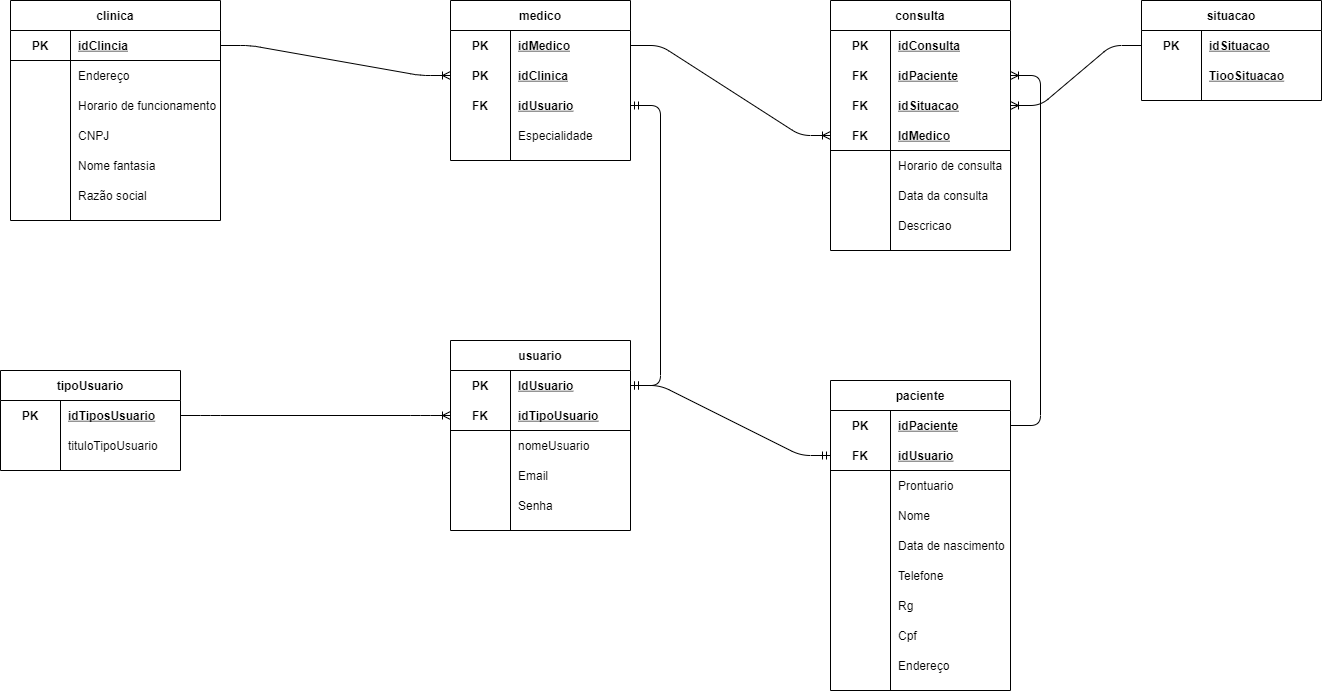
This is Logico.png from derlisgeorges/Projeto-SP-MedGroup, a draw.io export, as it was before one commit. Source tidied: cells renumbered, new cells last; positions are measured from the earlier drawing's top-left corner, leaving out a move shared by most shapes.
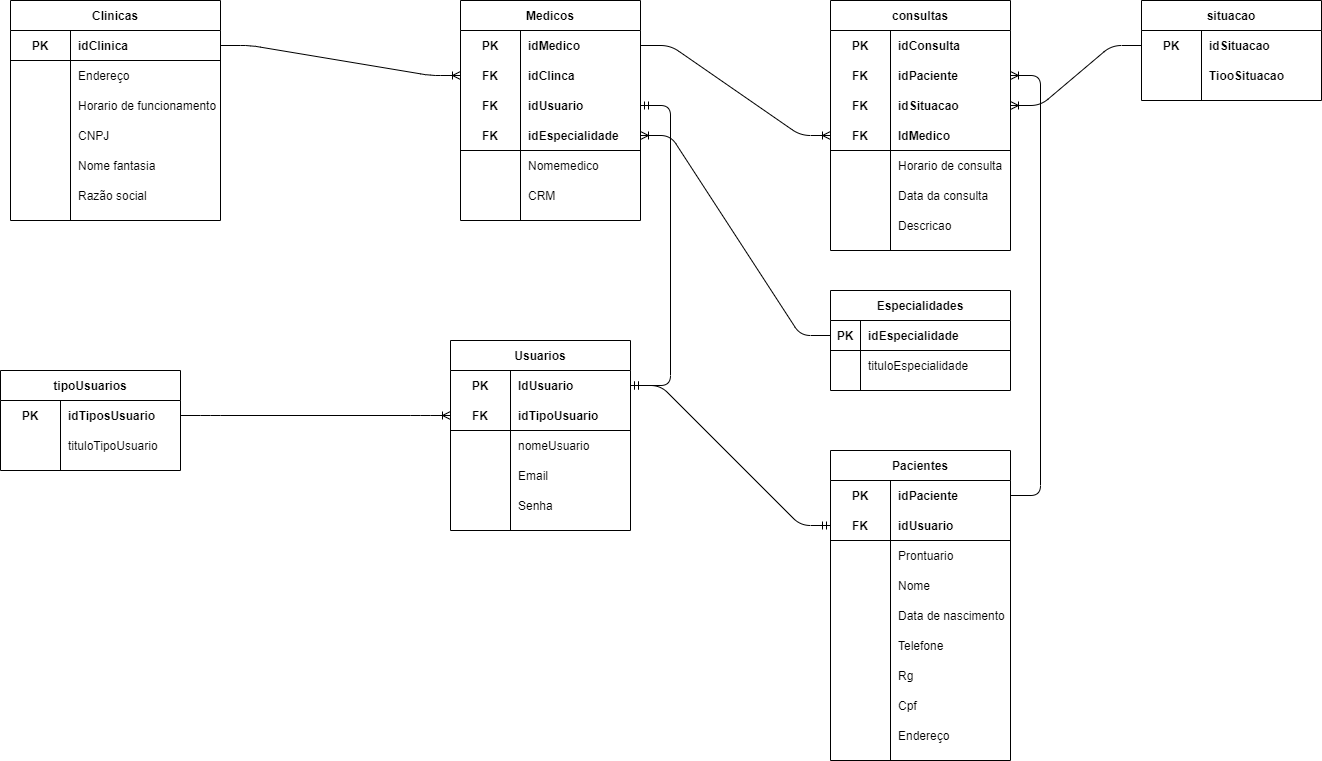
The same diagram one commit later.

Change to the diagram source:
```diff
@@ -4,3 +4,3 @@
     <mxCell id="1" parent="0" />
-    <mxCell id="2" value="clinica" style="shape=table;startSize=30;rowLines=0;fontStyle=1;align=center;" parent="1" vertex="1">
+    <mxCell id="2" value="Clinicas" style="shape=table;startSize=30;rowLines=0;fontStyle=1;align=center;" parent="1" vertex="1">
       <mxGeometry x="10" width="210" height="220" as="geometry" />
@@ -13,3 +13,3 @@
     </mxCell>
-    <mxCell id="5" value="idClincia" style="shape=partialRectangle;fillColor=none;top=0;left=0;bottom=0;right=0;align=left;spacingLeft=6;fontStyle=5;overflow=hidden;" parent="3" vertex="1">
+    <mxCell id="5" value="idClinica" style="shape=partialRectangle;fillColor=none;top=0;left=0;bottom=0;right=0;align=left;spacingLeft=6;fontStyle=1;overflow=hidden;" parent="3" vertex="1">
       <mxGeometry x="60" width="150" height="30" as="geometry" />
@@ -61,42 +61,3 @@
     </mxCell>
-    <mxCell id="21" value="medico" style="shape=table;startSize=30;rowLines=0;fontStyle=1;align=center;" parent="1" vertex="1">
-      <mxGeometry x="450" width="180" height="160" as="geometry" />
-    </mxCell>
-    <mxCell id="22" style="shape=partialRectangle;fillColor=none;top=0;left=0;bottom=0;right=0;points=[[0,0.5],[1,0.5]];portConstraint=eastwest;" parent="21" vertex="1">
-      <mxGeometry y="30" width="180" height="30" as="geometry" />
-    </mxCell>
-    <mxCell id="23" value="PK" style="shape=partialRectangle;fillColor=none;top=0;left=0;bottom=0;right=0;fontStyle=1;overflow=hidden;" parent="22" vertex="1">
-      <mxGeometry width="60" height="30" as="geometry" />
-    </mxCell>
-    <mxCell id="24" value="idMedico" style="shape=partialRectangle;fillColor=none;top=0;left=0;bottom=0;right=0;align=left;spacingLeft=6;fontStyle=5;overflow=hidden;" parent="22" vertex="1">
-      <mxGeometry x="60" width="120" height="30" as="geometry" />
-    </mxCell>
-    <mxCell id="25" style="shape=partialRectangle;fillColor=none;top=0;left=0;bottom=0;right=0;points=[[0,0.5],[1,0.5]];portConstraint=eastwest;" parent="21" vertex="1">
-      <mxGeometry y="60" width="180" height="30" as="geometry" />
-    </mxCell>
-    <mxCell id="26" value="PK" style="shape=partialRectangle;fillColor=none;top=0;left=0;bottom=0;right=0;fontStyle=1;overflow=hidden;" parent="25" vertex="1">
-      <mxGeometry width="60" height="30" as="geometry" />
-    </mxCell>
-    <mxCell id="27" value="idClinica" style="shape=partialRectangle;fillColor=none;top=0;left=0;bottom=0;right=0;align=left;spacingLeft=6;fontStyle=5;overflow=hidden;" parent="25" vertex="1">
-      <mxGeometry x="60" width="120" height="30" as="geometry" />
-    </mxCell>
-    <mxCell id="28" style="shape=partialRectangle;fillColor=none;top=0;left=0;bottom=0;right=0;points=[[0,0.5],[1,0.5]];portConstraint=eastwest;" parent="21" vertex="1">
-      <mxGeometry y="90" width="180" height="30" as="geometry" />
-    </mxCell>
-    <mxCell id="29" value="FK" style="shape=partialRectangle;fillColor=none;top=0;left=0;bottom=0;right=0;fontStyle=1;overflow=hidden;" parent="28" vertex="1">
-      <mxGeometry width="60" height="30" as="geometry" />
-    </mxCell>
-    <mxCell id="30" value="idUsuario" style="shape=partialRectangle;fillColor=none;top=0;left=0;bottom=0;right=0;align=left;spacingLeft=6;fontStyle=5;overflow=hidden;" parent="28" vertex="1">
-      <mxGeometry x="60" width="120" height="30" as="geometry" />
-    </mxCell>
-    <mxCell id="31" style="shape=partialRectangle;fillColor=none;top=0;left=0;bottom=0;right=0;" parent="21" vertex="1">
-      <mxGeometry y="120" width="180" height="30" as="geometry" />
-    </mxCell>
-    <mxCell id="32" style="shape=partialRectangle;fillColor=none;top=0;left=0;bottom=0;right=0;overflow=hidden;" parent="31" vertex="1">
-      <mxGeometry width="60" height="30" as="geometry" />
-    </mxCell>
-    <mxCell id="33" value="Especialidade " style="shape=partialRectangle;fillColor=none;top=0;left=0;bottom=0;right=0;align=left;spacingLeft=6;overflow=hidden;" parent="31" vertex="1">
-      <mxGeometry x="60" width="120" height="30" as="geometry" />
-    </mxCell>
-    <mxCell id="34" value="consulta" style="shape=table;startSize=30;rowLines=0;fontStyle=1;align=center;" parent="1" vertex="1">
+    <mxCell id="34" value="consultas" style="shape=table;startSize=30;rowLines=0;fontStyle=1;align=center;" parent="1" vertex="1">
       <mxGeometry x="830" width="180" height="250" as="geometry" />
@@ -109,3 +70,3 @@
     </mxCell>
-    <mxCell id="37" value="idConsulta" style="shape=partialRectangle;fillColor=none;top=0;left=0;bottom=0;right=0;align=left;spacingLeft=6;fontStyle=5;overflow=hidden;" parent="35" vertex="1">
+    <mxCell id="37" value="idConsulta" style="shape=partialRectangle;fillColor=none;top=0;left=0;bottom=0;right=0;align=left;spacingLeft=6;fontStyle=1;overflow=hidden;" parent="35" vertex="1">
       <mxGeometry x="60" width="120" height="30" as="geometry" />
@@ -118,3 +79,3 @@
     </mxCell>
-    <mxCell id="40" value="idPaciente" style="shape=partialRectangle;fillColor=none;top=0;left=0;bottom=0;right=0;align=left;spacingLeft=6;fontStyle=5;overflow=hidden;" parent="38" vertex="1">
+    <mxCell id="40" value="idPaciente" style="shape=partialRectangle;fillColor=none;top=0;left=0;bottom=0;right=0;align=left;spacingLeft=6;fontStyle=1;overflow=hidden;" parent="38" vertex="1">
       <mxGeometry x="60" width="120" height="30" as="geometry" />
@@ -127,3 +88,3 @@
     </mxCell>
-    <mxCell id="43" value="idSituacao" style="shape=partialRectangle;fillColor=none;top=0;left=0;bottom=0;right=0;align=left;spacingLeft=6;fontStyle=5;overflow=hidden;" parent="41" vertex="1">
+    <mxCell id="43" value="idSituacao" style="shape=partialRectangle;fillColor=none;top=0;left=0;bottom=0;right=0;align=left;spacingLeft=6;fontStyle=1;overflow=hidden;" parent="41" vertex="1">
       <mxGeometry x="60" width="120" height="30" as="geometry" />
@@ -136,3 +97,3 @@
     </mxCell>
-    <mxCell id="46" value="IdMedico" style="shape=partialRectangle;fillColor=none;top=0;left=0;bottom=0;right=0;align=left;spacingLeft=6;fontStyle=5;overflow=hidden;" parent="44" vertex="1">
+    <mxCell id="46" value="IdMedico" style="shape=partialRectangle;fillColor=none;top=0;left=0;bottom=0;right=0;align=left;spacingLeft=6;fontStyle=1;overflow=hidden;" parent="44" vertex="1">
       <mxGeometry x="60" width="120" height="30" as="geometry" />
@@ -166,3 +127,3 @@
     </mxCell>
-    <mxCell id="56" value="tipoUsuario" style="shape=table;startSize=30;rowLines=0;fontStyle=1;align=center;" parent="1" vertex="1">
+    <mxCell id="56" value="tipoUsuarios" style="shape=table;startSize=30;rowLines=0;fontStyle=1;align=center;" parent="1" vertex="1">
       <mxGeometry y="370" width="180" height="100" as="geometry" />
@@ -175,3 +136,3 @@
     </mxCell>
-    <mxCell id="59" value="idTiposUsuario" style="shape=partialRectangle;fillColor=none;top=0;left=0;bottom=0;right=0;align=left;spacingLeft=6;fontStyle=5;overflow=hidden;" parent="57" vertex="1">
+    <mxCell id="59" value="idTiposUsuario" style="shape=partialRectangle;fillColor=none;top=0;left=0;bottom=0;right=0;align=left;spacingLeft=6;fontStyle=1;overflow=hidden;" parent="57" vertex="1">
       <mxGeometry x="60" width="120" height="30" as="geometry" />
@@ -187,3 +148,3 @@
     </mxCell>
-    <mxCell id="63" value="usuario" style="shape=table;startSize=30;rowLines=0;fontStyle=1;align=center;" parent="1" vertex="1">
+    <mxCell id="63" value="Usuarios" style="shape=table;startSize=30;rowLines=0;fontStyle=1;align=center;" parent="1" vertex="1">
       <mxGeometry x="450" y="340" width="180" height="190" as="geometry" />
@@ -196,3 +157,3 @@
     </mxCell>
-    <mxCell id="66" value="IdUsuario" style="shape=partialRectangle;fillColor=none;top=0;left=0;bottom=0;right=0;align=left;spacingLeft=6;fontStyle=5;overflow=hidden;" parent="64" vertex="1">
+    <mxCell id="66" value="IdUsuario" style="shape=partialRectangle;fillColor=none;top=0;left=0;bottom=0;right=0;align=left;spacingLeft=6;fontStyle=1;overflow=hidden;" parent="64" vertex="1">
       <mxGeometry x="60" width="120" height="30" as="geometry" />
@@ -205,3 +166,3 @@
     </mxCell>
-    <mxCell id="69" value="idTipoUsuario" style="shape=partialRectangle;fillColor=none;top=0;left=0;bottom=0;right=0;align=left;spacingLeft=6;fontStyle=5;overflow=hidden;" parent="67" vertex="1">
+    <mxCell id="69" value="idTipoUsuario" style="shape=partialRectangle;fillColor=none;top=0;left=0;bottom=0;right=0;align=left;spacingLeft=6;fontStyle=1;overflow=hidden;" parent="67" vertex="1">
       <mxGeometry x="60" width="120" height="30" as="geometry" />
@@ -244,3 +205,3 @@
     </mxCell>
-    <mxCell id="82" value="idSituacao" style="shape=partialRectangle;fillColor=none;top=0;left=0;bottom=0;right=0;align=left;spacingLeft=6;fontStyle=5;overflow=hidden;" parent="80" vertex="1">
+    <mxCell id="82" value="idSituacao" style="shape=partialRectangle;fillColor=none;top=0;left=0;bottom=0;right=0;align=left;spacingLeft=6;fontStyle=1;overflow=hidden;" parent="80" vertex="1">
       <mxGeometry x="60" width="120" height="30" as="geometry" />
@@ -253,3 +214,3 @@
     </mxCell>
-    <mxCell id="85" value="TiooSituacao" style="shape=partialRectangle;fillColor=none;top=0;left=0;bottom=0;right=0;align=left;spacingLeft=6;fontStyle=5;overflow=hidden;" parent="83" vertex="1">
+    <mxCell id="85" value="TiooSituacao" style="shape=partialRectangle;fillColor=none;top=0;left=0;bottom=0;right=0;align=left;spacingLeft=6;fontStyle=1;overflow=hidden;" parent="83" vertex="1">
       <mxGeometry x="60" width="120" height="30" as="geometry" />
@@ -268,4 +229,4 @@
     </mxCell>
-    <mxCell id="90" value="paciente" style="shape=table;startSize=30;rowLines=0;fontStyle=1;align=center;" parent="1" vertex="1">
-      <mxGeometry x="830" y="380" width="180" height="310" as="geometry" />
+    <mxCell id="90" value="Pacientes" style="shape=table;startSize=30;rowLines=0;fontStyle=1;align=center;" parent="1" vertex="1">
+      <mxGeometry x="830" y="450" width="180" height="310" as="geometry" />
     </mxCell>
@@ -277,3 +238,3 @@
     </mxCell>
-    <mxCell id="93" value="idPaciente" style="shape=partialRectangle;fillColor=none;top=0;left=0;bottom=0;right=0;align=left;spacingLeft=6;fontStyle=5;overflow=hidden;" parent="91" vertex="1">
+    <mxCell id="93" value="idPaciente" style="shape=partialRectangle;fillColor=none;top=0;left=0;bottom=0;right=0;align=left;spacingLeft=6;fontStyle=1;overflow=hidden;" parent="91" vertex="1">
       <mxGeometry x="60" width="120" height="30" as="geometry" />
@@ -286,3 +247,3 @@
     </mxCell>
-    <mxCell id="96" value="idUsuario" style="shape=partialRectangle;fillColor=none;top=0;left=0;bottom=0;right=0;align=left;spacingLeft=6;fontStyle=5;overflow=hidden;" parent="94" vertex="1">
+    <mxCell id="96" value="idUsuario" style="shape=partialRectangle;fillColor=none;top=0;left=0;bottom=0;right=0;align=left;spacingLeft=6;fontStyle=1;overflow=hidden;" parent="94" vertex="1">
       <mxGeometry x="60" width="120" height="30" as="geometry" />
@@ -352,3 +313,3 @@
     </mxCell>
-    <mxCell id="118" style="edgeStyle=entityRelationEdgeStyle;fontSize=12;html=1;endArrow=ERoneToMany;" parent="1" edge="1" target="25">
+    <mxCell id="118" style="edgeStyle=entityRelationEdgeStyle;fontSize=12;html=1;endArrow=ERoneToMany;" parent="1" edge="1" target="131">
       <mxGeometry relative="1" as="geometry">
@@ -363,2 +324,83 @@
     </mxCell>
+    <mxCell id="121" value="Especialidades" style="shape=table;startSize=30;rowLines=0;fontStyle=1;align=center;" parent="1" vertex="1">
+      <mxGeometry x="830" y="290" width="180" height="100" as="geometry" />
+    </mxCell>
+    <mxCell id="122" style="shape=partialRectangle;fillColor=none;top=0;left=0;bottom=1;right=0;points=[[0,0.5],[1,0.5]];portConstraint=eastwest;" parent="121" vertex="1">
+      <mxGeometry y="30" width="180" height="30" as="geometry" />
+    </mxCell>
+    <mxCell id="123" value="PK" style="shape=partialRectangle;fillColor=none;top=0;left=0;bottom=0;right=0;fontStyle=1;overflow=hidden;" parent="122" vertex="1">
+      <mxGeometry width="30" height="30" as="geometry" />
+    </mxCell>
+    <mxCell id="124" value="idEspecialidade" style="shape=partialRectangle;fillColor=none;top=0;left=0;bottom=0;right=0;align=left;spacingLeft=6;fontStyle=1;overflow=hidden;" parent="122" vertex="1">
+      <mxGeometry x="30" width="150" height="30" as="geometry" />
+    </mxCell>
+    <mxCell id="125" style="shape=partialRectangle;fillColor=none;top=0;left=0;bottom=0;right=0;" parent="121" vertex="1">
+      <mxGeometry y="60" width="180" height="30" as="geometry" />
+    </mxCell>
+    <mxCell id="126" style="shape=partialRectangle;fillColor=none;top=0;left=0;bottom=0;right=0;overflow=hidden;" parent="125" vertex="1">
+      <mxGeometry width="30" height="30" as="geometry" />
+    </mxCell>
+    <mxCell id="127" value="tituloEspecialidade" style="shape=partialRectangle;fillColor=none;top=0;left=0;bottom=0;right=0;align=left;spacingLeft=6;overflow=hidden;" parent="125" vertex="1">
+      <mxGeometry x="30" width="150" height="30" as="geometry" />
+    </mxCell>
+    <mxCell id="128" style="edgeStyle=entityRelationEdgeStyle;fontSize=12;html=1;endArrow=ERoneToMany;" parent="1" edge="1" source="122" target="135">
+      <mxGeometry relative="1" as="geometry" />
+    </mxCell>
+    <mxCell id="129" value="Medicos" style="shape=table;startSize=30;rowLines=0;fontStyle=1;align=center;" parent="1" vertex="1">
+      <mxGeometry x="460" width="180" height="220" as="geometry" />
+    </mxCell>
+    <mxCell id="22" style="shape=partialRectangle;fillColor=none;top=0;left=0;bottom=0;right=0;points=[[0,0.5],[1,0.5]];portConstraint=eastwest;" parent="129" vertex="1">
+      <mxGeometry y="30" width="180" height="30" as="geometry" />
+    </mxCell>
+    <mxCell id="130" value="PK" style="shape=partialRectangle;fillColor=none;top=0;left=0;bottom=0;right=0;fontStyle=1;overflow=hidden;" parent="22" vertex="1">
+      <mxGeometry width="60" height="30" as="geometry" />
+    </mxCell>
+    <mxCell id="24" value="idMedico" style="shape=partialRectangle;fillColor=none;top=0;left=0;bottom=0;right=0;align=left;spacingLeft=6;fontStyle=1;overflow=hidden;" parent="22" vertex="1">
+      <mxGeometry x="60" width="120" height="30" as="geometry" />
+    </mxCell>
+    <mxCell id="131" style="shape=partialRectangle;fillColor=none;top=0;left=0;bottom=0;right=0;points=[[0,0.5],[1,0.5]];portConstraint=eastwest;" parent="129" vertex="1">
+      <mxGeometry y="60" width="180" height="30" as="geometry" />
+    </mxCell>
+    <mxCell id="132" value="FK" style="shape=partialRectangle;fillColor=none;top=0;left=0;bottom=0;right=0;fontStyle=1;overflow=hidden;" parent="131" vertex="1">
+      <mxGeometry width="60" height="30" as="geometry" />
+    </mxCell>
+    <mxCell id="133" value="idClinca" style="shape=partialRectangle;fillColor=none;top=0;left=0;bottom=0;right=0;align=left;spacingLeft=6;fontStyle=1;overflow=hidden;" parent="131" vertex="1">
+      <mxGeometry x="60" width="120" height="30" as="geometry" />
+    </mxCell>
+    <mxCell id="28" style="shape=partialRectangle;fillColor=none;top=0;left=0;bottom=0;right=0;points=[[0,0.5],[1,0.5]];portConstraint=eastwest;" parent="129" vertex="1">
+      <mxGeometry y="90" width="180" height="30" as="geometry" />
+    </mxCell>
+    <mxCell id="134" value="FK" style="shape=partialRectangle;fillColor=none;top=0;left=0;bottom=0;right=0;fontStyle=1;overflow=hidden;" parent="28" vertex="1">
+      <mxGeometry width="60" height="30" as="geometry" />
+    </mxCell>
+    <mxCell id="30" value="idUsuario" style="shape=partialRectangle;fillColor=none;top=0;left=0;bottom=0;right=0;align=left;spacingLeft=6;fontStyle=1;overflow=hidden;" parent="28" vertex="1">
+      <mxGeometry x="60" width="120" height="30" as="geometry" />
+    </mxCell>
+    <mxCell id="135" style="shape=partialRectangle;fillColor=none;top=0;left=0;bottom=1;right=0;points=[[0,0.5],[1,0.5]];portConstraint=eastwest;" parent="129" vertex="1">
+      <mxGeometry y="120" width="180" height="30" as="geometry" />
+    </mxCell>
+    <mxCell id="136" value="FK" style="shape=partialRectangle;fillColor=none;top=0;left=0;bottom=0;right=0;fontStyle=1;overflow=hidden;" parent="135" vertex="1">
+      <mxGeometry width="60" height="30" as="geometry" />
+    </mxCell>
+    <mxCell id="137" value="idEspecialidade" style="shape=partialRectangle;fillColor=none;top=0;left=0;bottom=0;right=0;align=left;spacingLeft=6;fontStyle=1;overflow=hidden;" parent="135" vertex="1">
+      <mxGeometry x="60" width="120" height="30" as="geometry" />
+    </mxCell>
+    <mxCell id="138" style="shape=partialRectangle;fillColor=none;top=0;left=0;bottom=0;right=0;" parent="129" vertex="1">
+      <mxGeometry y="150" width="180" height="30" as="geometry" />
+    </mxCell>
+    <mxCell id="139" style="shape=partialRectangle;fillColor=none;top=0;left=0;bottom=0;right=0;overflow=hidden;" parent="138" vertex="1">
+      <mxGeometry width="60" height="30" as="geometry" />
+    </mxCell>
+    <mxCell id="140" value="Nomemedico" style="shape=partialRectangle;fillColor=none;top=0;left=0;bottom=0;right=0;align=left;spacingLeft=6;overflow=hidden;" parent="138" vertex="1">
+      <mxGeometry x="60" width="120" height="30" as="geometry" />
+    </mxCell>
+    <mxCell id="141" style="shape=partialRectangle;fillColor=none;top=0;left=0;bottom=0;right=0;" parent="129" vertex="1">
+      <mxGeometry y="180" width="180" height="30" as="geometry" />
+    </mxCell>
+    <mxCell id="142" style="shape=partialRectangle;fillColor=none;top=0;left=0;bottom=0;right=0;overflow=hidden;" parent="141" vertex="1">
+      <mxGeometry width="60" height="30" as="geometry" />
+    </mxCell>
+    <mxCell id="143" value="CRM" style="shape=partialRectangle;fillColor=none;top=0;left=0;bottom=0;right=0;align=left;spacingLeft=6;overflow=hidden;" parent="141" vertex="1">
+      <mxGeometry x="60" width="120" height="30" as="geometry" />
+    </mxCell>
   </root>
```
